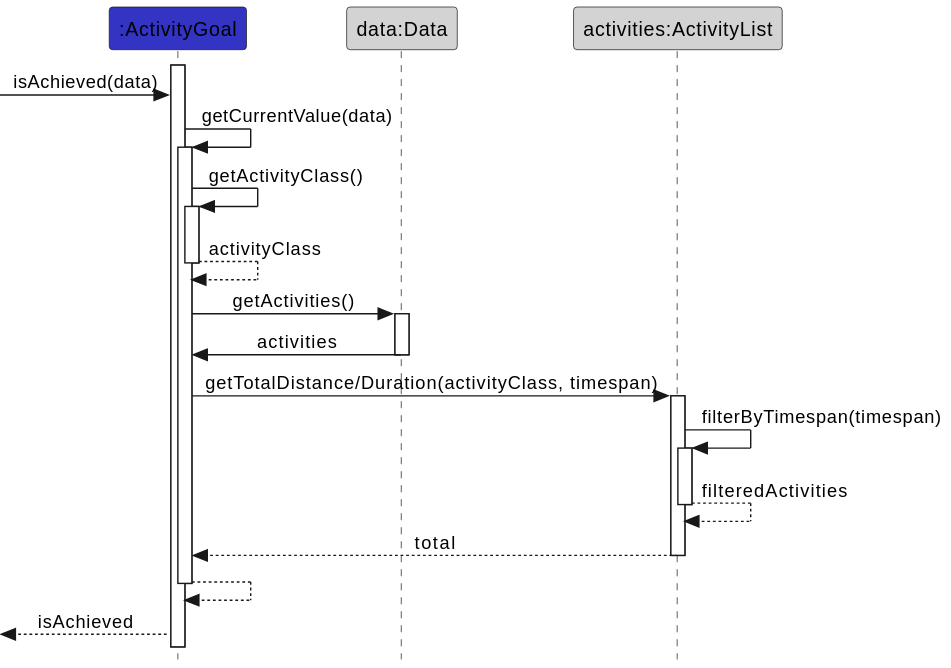
Before: docs/images/ActivityGoalEvaluation.svg, a diagram exported from PlantUML (AY2324S1-CS2113-T17-1/tp).
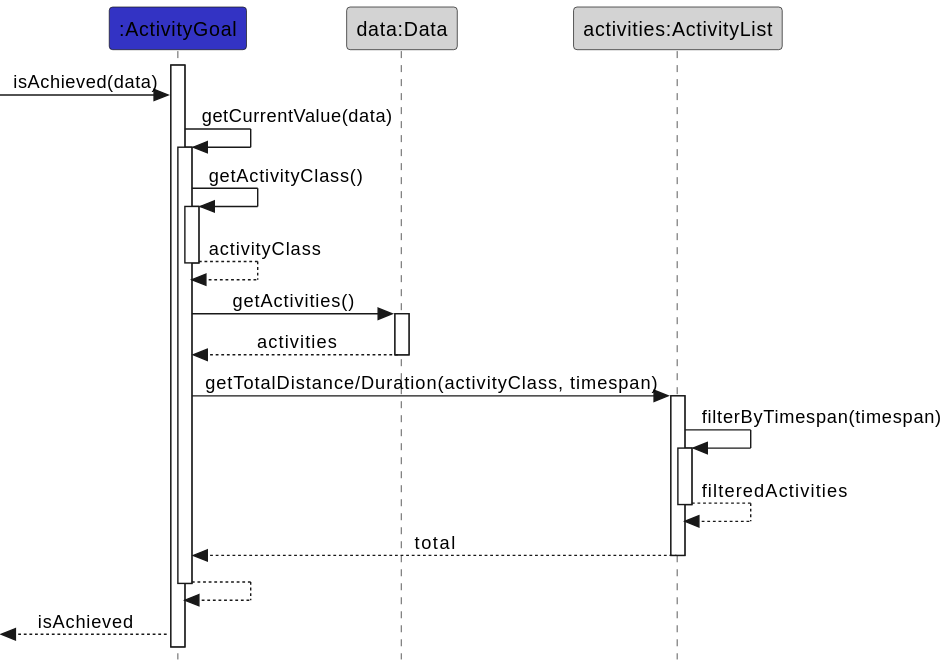
Later version of the same file.

The edit, as a diff of the source:
```diff
@@ -15,7 +15,7 @@
 ActivityGoal -> ActivityGoal++: getActivityClass()
 ActivityGoal --> ActivityGoal--: activityClass
 ActivityGoal -> Data++: getActivities()
-Data -> ActivityGoal--: activities
+Data --> ActivityGoal--: activities
 
 ActivityGoal -> activities++: getTotalDistance/Duration(activityClass, timespan)
 activities -> activities++: filterByTimespan(timespan)
```
